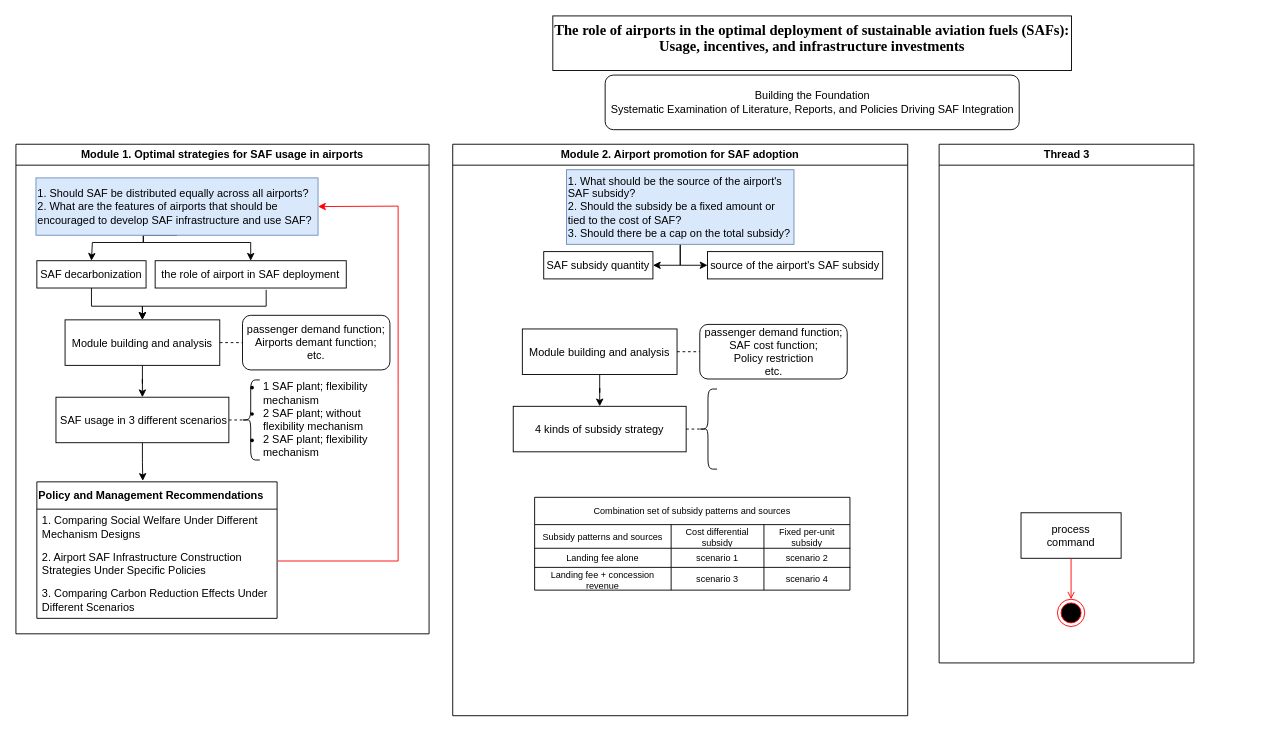
The draw.io diagram 技术路线图.drawio in HengfeiMa95/paper-reading, before the edit. Source tidied: cells renumbered, new cells numbered last; positions are measured from the earlier drawing's top-left corner, leaving out a move shared by most shapes. Both pictures are drawn from the tidied source at 91%, with x=0, y=0 at pixel (15, 15).
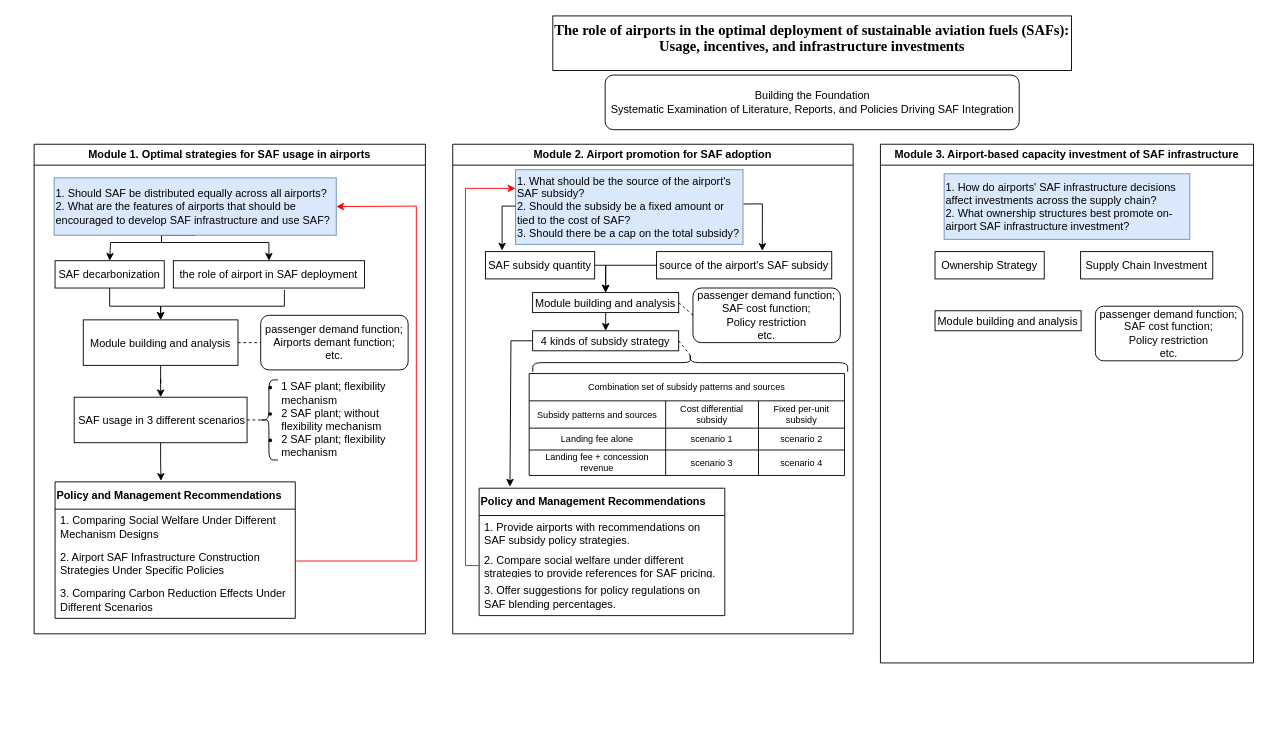
Above is the later version.

Commit message:
Update 技术路线图.drawio

Diff of the diagram source:
```diff
@@
     <mxCell id="2" value="Module 1. Optimal strategies for SAF usage in airports" style="swimlane;whiteSpace=wrap;" parent="1" vertex="1">
-      <mxGeometry y="141" width="454" height="538" as="geometry" />
+      <mxGeometry x="20" y="141" width="430" height="538" as="geometry" />
     </mxCell>
@@
     <mxCell id="24" value="Module 2. Airport promotion for SAF adoption" style="swimlane;whiteSpace=wrap;" parent="1" vertex="1">
-      <mxGeometry x="480" y="141" width="500" height="628" as="geometry" />
+      <mxGeometry x="480" y="141" width="440" height="538" as="geometry" />
     </mxCell>
+    <mxCell id="56" style="edgeStyle=orthogonalEdgeStyle;rounded=0;jettySize=auto;html=1;entryX=0.5;entryY=0;entryDx=0;entryDy=0;fontFamily=Helvetica;fontSize=12;fontColor=default;" parent="24" edge="1" source="25" target="31">
+      <mxGeometry relative="1" as="geometry">
+        <Array as="points">
+          <mxPoint x="168" y="133" />
+        </Array>
+      </mxGeometry>
+    </mxCell>
     <mxCell id="25" value="SAF subsidy quantity" parent="24" vertex="1">
-      <mxGeometry x="100" y="118" width="120" height="30" as="geometry" />
+      <mxGeometry x="36" y="118" width="120" height="30" as="geometry" />
     </mxCell>
+    <mxCell id="57" style="edgeStyle=orthogonalEdgeStyle;rounded=0;jettySize=auto;html=1;entryX=0.5;entryY=0;entryDx=0;entryDy=0;fontFamily=Helvetica;fontSize=12;fontColor=default;" parent="24" edge="1" source="26" target="31">
+      <mxGeometry relative="1" as="geometry">
+        <Array as="points">
+          <mxPoint x="168" y="133" />
+        </Array>
+      </mxGeometry>
+    </mxCell>
     <mxCell id="26" value="source of the airport's SAF subsidy" parent="24" vertex="1">
-      <mxGeometry x="280" y="118" width="192.5" height="30" as="geometry" />
+      <mxGeometry x="224" y="118" width="192.5" height="30" as="geometry" />
     </mxCell>
-    <mxCell id="27" style="edgeStyle=orthogonalEdgeStyle;rounded=0;jettySize=auto;html=1;entryX=1;entryY=0.5;entryDx=0;entryDy=0;fontFamily=Helvetica;fontSize=12;fontColor=default;" parent="24" edge="1" source="29" target="25">
-      <mxGeometry relative="1" as="geometry" />
-    </mxCell>
-    <mxCell id="28" style="edgeStyle=orthogonalEdgeStyle;rounded=0;jettySize=auto;html=1;entryX=0;entryY=0.5;entryDx=0;entryDy=0;fontFamily=Helvetica;fontSize=12;fontColor=default;" parent="24" edge="1" source="29" target="26">
+    <mxCell id="28" style="edgeStyle=orthogonalEdgeStyle;rounded=0;jettySize=auto;html=1;entryX=0.604;entryY=-0.027;entryDx=0;entryDy=0;fontFamily=Helvetica;fontSize=12;fontColor=default;exitX=1.002;exitY=0.459;exitDx=0;exitDy=0;exitPerimeter=0;entryPerimeter=0;" parent="24" edge="1" source="29" target="26">
       <mxGeometry relative="1" as="geometry" />
     </mxCell>
     <mxCell id="29" value="1. What should be the source of the airport's SAF subsidy?&amp;nbsp;&lt;div&gt;2. Should the subsidy be a fixed amount or tied to the cost of SAF?&amp;nbsp;&lt;/div&gt;&lt;div&gt;3. Should there be a cap on the total subsidy?&lt;/div&gt;" style="text;strokeColor=#6c8ebf;fillColor=#dae8fc;html=1;whiteSpace=wrap;verticalAlign=middle;overflow=hidden;" parent="24" vertex="1">
-      <mxGeometry x="125" y="28" width="250" height="82" as="geometry" />
+      <mxGeometry x="69" y="28" width="250" height="82" as="geometry" />
     </mxCell>
@@
     <mxCell id="31" value="Module building and analysis" parent="24" vertex="1">
-      <mxGeometry x="76.5" y="203" width="170" height="50" as="geometry" />
+      <mxGeometry x="87.8" y="163" width="160.5" height="22" as="geometry" />
     </mxCell>
     <mxCell id="32" value="4 kinds of subsidy strategy" parent="24" vertex="1">
-      <mxGeometry x="66.5" y="288" width="190" height="50" as="geometry" />
+      <mxGeometry x="87.8" y="205" width="160.5" height="22" as="geometry" />
     </mxCell>
     <mxCell id="33" value="passenger demand function;&lt;div&gt;SAF cost function;&lt;/div&gt;&lt;div&gt;Policy restriction&lt;/div&gt;&lt;div&gt;etc.&lt;/div&gt;" style="rounded=1;whiteSpace=wrap;html=1;" parent="24" vertex="1">
-      <mxGeometry x="271.5" y="198" width="162" height="60" as="geometry" />
+      <mxGeometry x="264" y="158" width="162" height="60" as="geometry" />
     </mxCell>
@@
-    <mxCell id="35" style="shape=curlyBracket;whiteSpace=wrap;html=1;rounded=1;labelPosition=left;verticalLabelPosition=middle;align=right;verticalAlign=middle;size=0.5;rotation=0;" parent="24" vertex="1">
-      <mxGeometry x="270.5" y="269" width="20" height="88" as="geometry" />
+    <mxCell id="35" style="shape=curlyBracket;whiteSpace=wrap;html=1;rounded=1;labelPosition=left;verticalLabelPosition=middle;align=right;verticalAlign=middle;size=0.5;rotation=90;" parent="24" vertex="1">
+      <mxGeometry x="251" y="67" width="20" height="346" as="geometry" />
     </mxCell>
@@
     <mxCell id="37" value="Combination set of subsidy patterns and sources" style="shape=table;startSize=30;childLayout=tableLayout;strokeColor=default;align=center;verticalAlign=middle;fillColor=none;gradientColor=none;fontSize=10;" parent="24" vertex="1">
-      <mxGeometry x="90" y="388" width="346.5" height="102" as="geometry" />
+      <mxGeometry x="84" y="252" width="346.5" height="112" as="geometry" />
     </mxCell>
     <mxCell id="38" style="shape=tableRow;horizontal=0;startSize=0;swimlaneHead=0;swimlaneBody=0;strokeColor=inherit;top=0;left=0;bottom=0;right=0;fillColor=none;fontSize=16;align=left;verticalAlign=middle;fontFamily=Helvetica;fontColor=default;" parent="37" vertex="1">
-      <mxGeometry y="30" width="346.5" height="26" as="geometry" />
+      <mxGeometry y="30" width="346.5" height="30" as="geometry" />
     </mxCell>
     <mxCell id="39" value="Subsidy patterns and sources" style="shape=partialRectangle;html=1;whiteSpace=wrap;strokeColor=inherit;overflow=hidden;fillColor=none;top=0;left=0;bottom=0;right=0;align=center;verticalAlign=middle;fontSize=10;" parent="38" vertex="1">
-      <mxGeometry width="150" height="26" as="geometry" />
+      <mxGeometry width="150" height="30" as="geometry" />
     </mxCell>
     <mxCell id="40" value="Cost differential subsidy" style="shape=partialRectangle;html=1;whiteSpace=wrap;strokeColor=inherit;overflow=hidden;fillColor=none;top=0;left=0;bottom=0;right=0;align=center;verticalAlign=middle;fontSize=10;" parent="38" vertex="1">
-      <mxGeometry x="150" width="102" height="26" as="geometry" />
+      <mxGeometry x="150" width="102" height="30" as="geometry" />
     </mxCell>
     <mxCell id="41" value="Fixed per-unit subsidy" style="shape=partialRectangle;html=1;whiteSpace=wrap;strokeColor=inherit;overflow=hidden;fillColor=none;top=0;left=0;bottom=0;right=0;align=center;verticalAlign=middle;fontSize=10;" parent="38" vertex="1">
-      <mxGeometry x="252" width="95" height="26" as="geometry" />
+      <mxGeometry x="252" width="95" height="30" as="geometry" />
     </mxCell>
     <mxCell id="42" style="shape=tableRow;horizontal=0;startSize=0;swimlaneHead=0;swimlaneBody=0;strokeColor=inherit;top=0;left=0;bottom=0;right=0;fillColor=none;fontSize=16;align=left;verticalAlign=middle;fontFamily=Helvetica;fontColor=default;" parent="37" vertex="1">
-      <mxGeometry y="56" width="346.5" height="21" as="geometry" />
+      <mxGeometry y="60" width="346.5" height="24" as="geometry" />
     </mxCell>
     <mxCell id="43" value="Landing fee alone" style="shape=partialRectangle;html=1;whiteSpace=wrap;strokeColor=inherit;overflow=hidden;fillColor=none;top=0;left=0;bottom=0;right=0;align=center;verticalAlign=middle;fontSize=10;" parent="42" vertex="1">
-      <mxGeometry width="150" height="21" as="geometry" />
+      <mxGeometry width="150" height="24" as="geometry" />
     </mxCell>
     <mxCell id="44" value="scenario 1" style="shape=partialRectangle;html=1;whiteSpace=wrap;strokeColor=inherit;overflow=hidden;fillColor=none;top=0;left=0;bottom=0;right=0;fontSize=10;align=center;verticalAlign=middle;fontFamily=Helvetica;fontColor=default;" parent="42" vertex="1">
-      <mxGeometry x="150" width="102" height="21" as="geometry" />
+      <mxGeometry x="150" width="102" height="24" as="geometry" />
     </mxCell>
     <mxCell id="45" value="scenario 2" style="shape=partialRectangle;html=1;whiteSpace=wrap;strokeColor=inherit;overflow=hidden;fillColor=none;top=0;left=0;bottom=0;right=0;fontSize=10;align=center;verticalAlign=middle;fontFamily=Helvetica;fontColor=default;" parent="42" vertex="1">
-      <mxGeometry x="252" width="95" height="21" as="geometry" />
+      <mxGeometry x="252" width="95" height="24" as="geometry" />
     </mxCell>
     <mxCell id="46" style="shape=tableRow;horizontal=0;startSize=0;swimlaneHead=0;swimlaneBody=0;strokeColor=inherit;top=0;left=0;bottom=0;right=0;fillColor=none;fontSize=16;align=left;verticalAlign=middle;fontFamily=Helvetica;fontColor=default;" parent="37" vertex="1">
-      <mxGeometry y="77" width="346.5" height="25" as="geometry" />
+      <mxGeometry y="84" width="346.5" height="28" as="geometry" />
     </mxCell>
     <mxCell id="47" value="Landing fee + concession revenue" style="shape=partialRectangle;html=1;whiteSpace=wrap;strokeColor=inherit;overflow=hidden;fillColor=none;top=0;left=0;bottom=0;right=0;align=center;verticalAlign=middle;fontSize=10;" parent="46" vertex="1">
-      <mxGeometry width="150" height="25" as="geometry" />
+      <mxGeometry width="150" height="28" as="geometry" />
     </mxCell>
     <mxCell id="48" value="scenario 3" style="shape=partialRectangle;html=1;whiteSpace=wrap;strokeColor=inherit;overflow=hidden;fillColor=none;top=0;left=0;bottom=0;right=0;fontSize=10;align=center;verticalAlign=middle;fontFamily=Helvetica;fontColor=default;" parent="46" vertex="1">
-      <mxGeometry x="150" width="102" height="25" as="geometry" />
+      <mxGeometry x="150" width="102" height="28" as="geometry" />
     </mxCell>
     <mxCell id="49" value="scenario 4" style="shape=partialRectangle;html=1;whiteSpace=wrap;strokeColor=inherit;overflow=hidden;fillColor=none;top=0;left=0;bottom=0;right=0;fontSize=10;align=center;verticalAlign=middle;fontFamily=Helvetica;fontColor=default;" parent="46" vertex="1">
-      <mxGeometry x="252" width="95" height="25" as="geometry" />
+      <mxGeometry x="252" width="95" height="28" as="geometry" />
     </mxCell>
+    <mxCell id="58" value="&lt;span style=&quot;font-weight: 700; text-align: -webkit-center;&quot;&gt;Policy and Management Recommendations&lt;/span&gt;" style="swimlane;fontStyle=0;horizontal=1;startSize=30;whiteSpace=wrap;html=1;align=left;verticalAlign=middle;fontFamily=Helvetica;fontSize=12;fontColor=default;fillColor=none;gradientColor=none;" parent="24" vertex="1">
+      <mxGeometry x="29" y="378" width="270" height="140" as="geometry" />
+    </mxCell>
+    <mxCell id="59" value="1. Provide airports with recommendations on SAF subsidy policy strategies." style="text;strokeColor=none;fillColor=none;align=left;verticalAlign=middle;spacingLeft=4;spacingRight=4;overflow=hidden;whiteSpace=wrap;html=1;fontFamily=Helvetica;fontSize=12;fontColor=default;" parent="58" vertex="1">
+      <mxGeometry y="30" width="270" height="40" as="geometry" />
+    </mxCell>
+    <mxCell id="60" value="2. Compare social welfare under different strategies to provide references for SAF pricing." style="text;strokeColor=none;fillColor=none;align=left;verticalAlign=middle;spacingLeft=4;spacingRight=4;overflow=hidden;points=[[0,0.5],[1,0.5]];portConstraint=eastwest;whiteSpace=wrap;html=1;fontFamily=Helvetica;fontSize=12;fontColor=default;" parent="58" vertex="1">
+      <mxGeometry y="70" width="270" height="30" as="geometry" />
+    </mxCell>
+    <mxCell id="61" value="3. Offer suggestions for policy regulations on SAF blending percentages." style="text;strokeColor=none;fillColor=none;align=left;verticalAlign=middle;spacingLeft=4;spacingRight=4;overflow=hidden;whiteSpace=wrap;html=1;fontFamily=Helvetica;fontSize=12;fontColor=default;" parent="58" vertex="1">
+      <mxGeometry y="100" width="270" height="40" as="geometry" />
+    </mxCell>
+    <mxCell id="27" style="edgeStyle=orthogonalEdgeStyle;rounded=0;jettySize=auto;html=1;entryX=0.152;entryY=-0.04;entryDx=0;entryDy=0;entryPerimeter=0;fontFamily=Helvetica;fontSize=12;fontColor=default;" parent="24" edge="1" source="29" target="25">
+      <mxGeometry relative="1" as="geometry">
+        <Array as="points">
+          <mxPoint x="54" y="68" />
+        </Array>
+      </mxGeometry>
+    </mxCell>
+    <mxCell id="62" style="edgeStyle=orthogonalEdgeStyle;rounded=0;jettySize=auto;html=1;entryX=0;entryY=0.25;entryDx=0;entryDy=0;fontFamily=Helvetica;fontSize=12;fontColor=#FF0000;strokeColor=#FF0000;" parent="24" edge="1" source="60" target="29">
+      <mxGeometry relative="1" as="geometry">
+        <Array as="points">
+          <mxPoint x="14" y="463" />
+          <mxPoint x="14" y="49" />
+        </Array>
+      </mxGeometry>
+    </mxCell>
+    <mxCell id="63" style="endArrow=classic;html=1;rounded=0;fontFamily=Helvetica;fontSize=12;fontColor=default;entryX=0.033;entryY=-0.012;entryDx=0;entryDy=0;entryPerimeter=0;exitX=0;exitY=0.5;exitDx=0;exitDy=0;" parent="24" edge="1" source="32">
+      <mxGeometry relative="1" as="geometry">
+        <mxPoint x="62.9" y="376.3" as="targetPoint" />
+        <Array as="points">
+          <mxPoint x="64" y="216" />
+        </Array>
+      </mxGeometry>
+    </mxCell>
-    <mxCell id="50" value="Thread 3" style="swimlane;whiteSpace=wrap;" parent="1" vertex="1">
-      <mxGeometry x="1014.5" y="141" width="280" height="570" as="geometry" />
+    <mxCell id="50" value="Module 3. Airport-based capacity investment of SAF infrastructure" style="swimlane;whiteSpace=wrap;" parent="1" vertex="1">
+      <mxGeometry x="950" y="141" width="410" height="570" as="geometry" />
     </mxCell>
-    <mxCell id="51" value="process&#10;command" parent="50" vertex="1">
-      <mxGeometry x="90" y="405" width="110" height="50" as="geometry" />
-    </mxCell>
-    <mxCell id="52" style="ellipse;shape=endState;fillColor=#000000;strokeColor=#ff0000;" parent="50" vertex="1">
-      <mxGeometry x="130" y="500" width="30" height="30" as="geometry" />
-    </mxCell>
-    <mxCell id="53" style="endArrow=open;strokeColor=#FF0000;endFill=1;rounded=0;" parent="50" edge="1" source="51" target="52">
-      <mxGeometry relative="1" as="geometry" />
-    </mxCell>
+    <mxCell id="64" value="&lt;div&gt;1. How do airports' SAF infrastructure decisions affect investments across the supply chain?&lt;/div&gt;&lt;div&gt;2. What ownership structures best promote on-airport SAF infrastructure investment?&lt;/div&gt;" style="text;strokeColor=#6c8ebf;fillColor=#dae8fc;html=1;whiteSpace=wrap;verticalAlign=middle;overflow=hidden;" parent="50" vertex="1">
+      <mxGeometry x="70" y="32.5" width="270" height="72" as="geometry" />
+    </mxCell>
+    <mxCell id="65" value="Ownership Strategy" parent="50" vertex="1">
+      <mxGeometry x="60" y="118" width="120" height="30" as="geometry" />
+    </mxCell>
+    <mxCell id="66" value="Supply Chain Investment" parent="50" vertex="1">
+      <mxGeometry x="220" y="118" width="145.2" height="30" as="geometry" />
+    </mxCell>
+    <mxCell id="67" value="Module building and analysis" parent="50" vertex="1">
+      <mxGeometry x="60" y="183" width="160.5" height="22" as="geometry" />
+    </mxCell>
+    <mxCell id="68" value="passenger demand function;&lt;div&gt;SAF cost function;&lt;/div&gt;&lt;div&gt;Policy restriction&lt;/div&gt;&lt;div&gt;etc.&lt;/div&gt;" style="rounded=1;whiteSpace=wrap;html=1;" parent="50" vertex="1">
+      <mxGeometry x="236.2" y="178" width="162" height="60" as="geometry" />
+    </mxCell>
```
